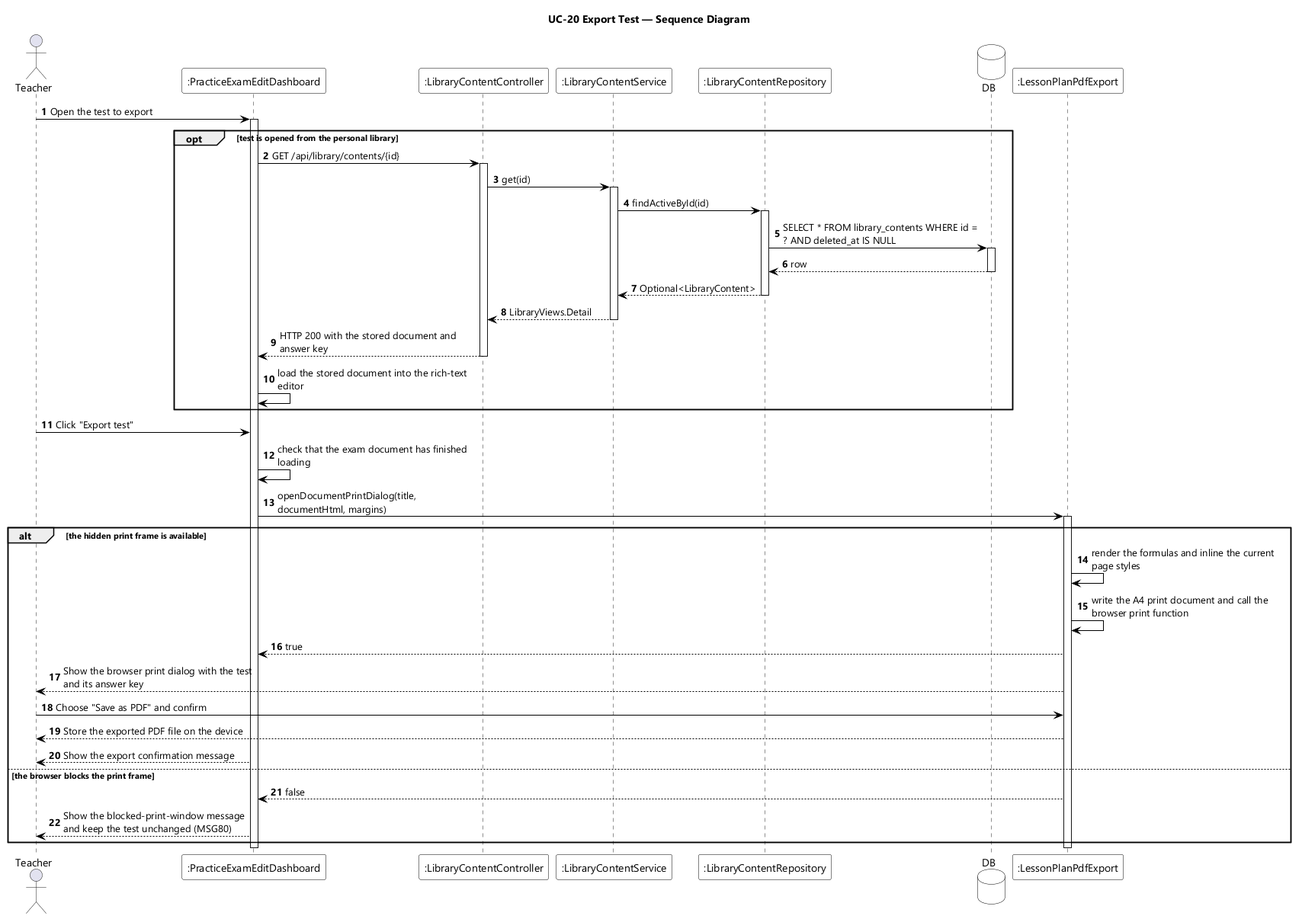
Before: designs/sds-diagrams/uc20/uc20-sequence-diagram.png, a diagram exported from PlantUML (EduA-system/EduA-system). The source it was exported from:
```plantuml
@startuml UC-20 Export Test - Sequence Diagram
skinparamlocked dpi 96
skinparam defaultFontName "Segoe UI"
skinparam shadowing false
skinparam ParticipantBackgroundColor #FFFFFF
skinparam ParticipantBorderColor #000000
skinparam DatabaseBackgroundColor #FFFFFF
skinparam DatabaseBorderColor #000000
skinparam ArrowColor #000000
skinparam sequenceMessageAlign left
skinparam maxMessageSize 260
title UC-20 Export Test — Sequence Diagram

actor Teacher
participant ":PracticeExamEditDashboard" as EDT
participant ":LibraryContentController" as CTL
participant ":LibraryContentService" as SVC
participant ":LibraryContentRepository" as REPO
database DB
participant ":LessonPlanPdfExport" as PRINT

autonumber
Teacher -> EDT : Open the test to export
activate EDT

opt test is opened from the personal library
  EDT -> CTL : GET /api/library/contents/{id}
  activate CTL
  CTL -> SVC : get(id)
  activate SVC
  SVC -> REPO : findActiveById(id)
  activate REPO
  REPO -> DB : SELECT * FROM library_contents WHERE id = ? AND deleted_at IS NULL
  activate DB
  DB --> REPO : row
  deactivate DB
  REPO --> SVC : Optional<LibraryContent>
  deactivate REPO
  SVC --> CTL : LibraryViews.Detail
  deactivate SVC
  CTL --> EDT : HTTP 200 with the stored document and answer key
  deactivate CTL
  EDT -> EDT : load the stored document into the rich-text editor
end

Teacher -> EDT : Click "Export test"
EDT -> EDT : check that the exam document has finished loading
EDT -> PRINT : openDocumentPrintDialog(title, documentHtml, margins)
activate PRINT

alt the hidden print frame is available
  PRINT -> PRINT : render the formulas and inline the current page styles
  PRINT -> PRINT : write the A4 print document and call the browser print function
  PRINT --> EDT : true
  PRINT --> Teacher : Show the browser print dialog with the test and its answer key
  Teacher -> PRINT : Choose "Save as PDF" and confirm
  PRINT --> Teacher : Store the exported PDF file on the device
  EDT --> Teacher : Show the export confirmation message

else the browser blocks the print frame
  PRINT --> EDT : false
  EDT --> Teacher : Show the blocked-print-window message and keep the test unchanged (MSG80)
end
deactivate PRINT
deactivate EDT
@enduml
```
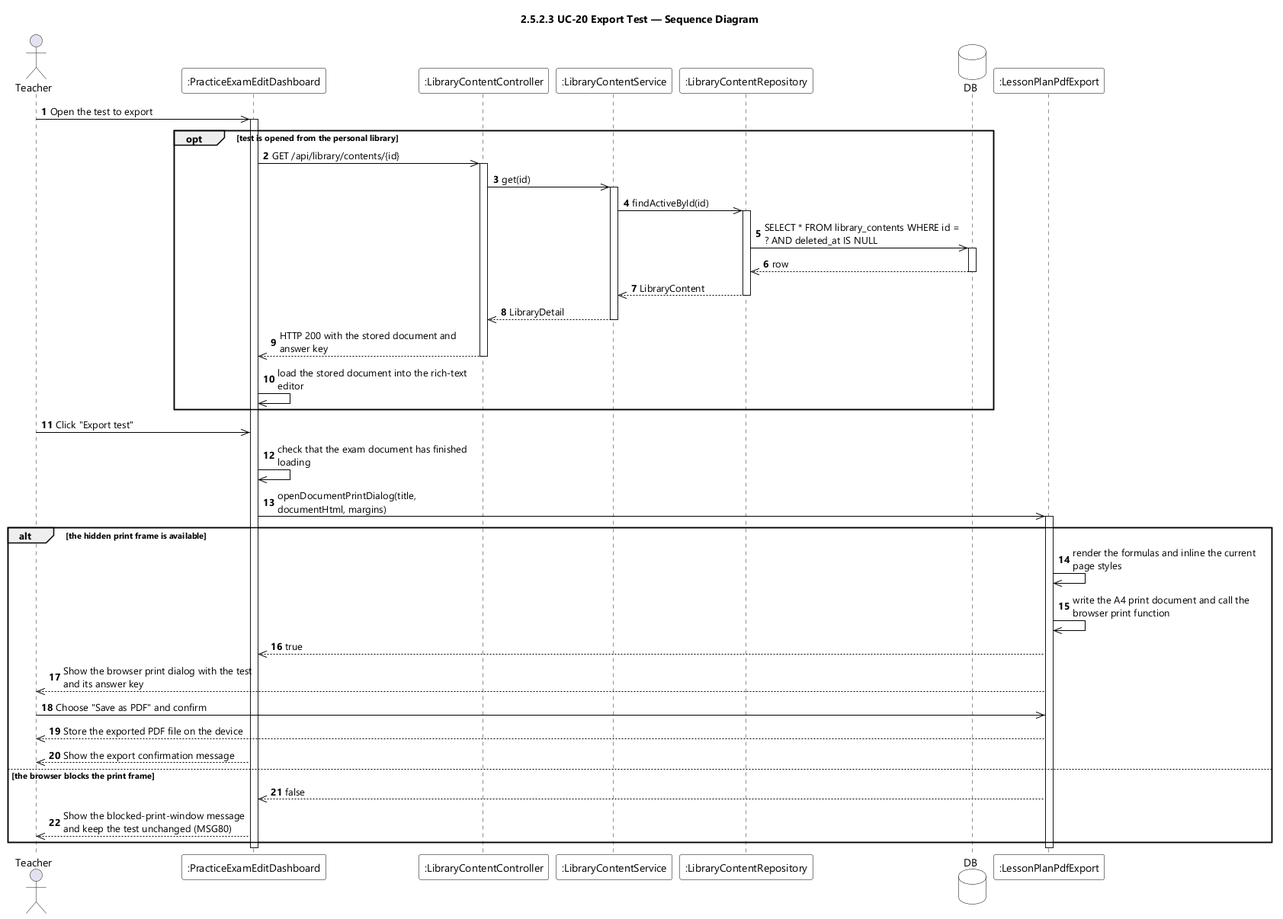
Above is the later version.

What changed in the source:
```diff
@@ -9,7 +9,7 @@
 skinparam ArrowColor #000000
 skinparam sequenceMessageAlign left
 skinparam maxMessageSize 260
-title UC-20 Export Test — Sequence Diagram
+title 2.5.2.3 UC-20 Export Test — Sequence Diagram
 
 actor Teacher
 participant ":PracticeExamEditDashboard" as EDT
@@ -20,46 +20,46 @@
 participant ":LessonPlanPdfExport" as PRINT
 
 autonumber
-Teacher -> EDT : Open the test to export
+Teacher ->> EDT : Open the test to export
 activate EDT
 
 opt test is opened from the personal library
-  EDT -> CTL : GET /api/library/contents/{id}
+  EDT ->> CTL : GET /api/library/contents/{id}
   activate CTL
-  CTL -> SVC : get(id)
+  CTL ->> SVC : get(id)
   activate SVC
-  SVC -> REPO : findActiveById(id)
+  SVC ->> REPO : findActiveById(id)
   activate REPO
-  REPO -> DB : SELECT * FROM library_contents WHERE id = ? AND deleted_at IS NULL
+  REPO ->> DB : SELECT * FROM library_contents WHERE id = ? AND deleted_at IS NULL
   activate DB
-  DB --> REPO : row
+  DB -->> REPO : row
   deactivate DB
-  REPO --> SVC : Optional<LibraryContent>
+  REPO -->> SVC : LibraryContent
   deactivate REPO
-  SVC --> CTL : LibraryViews.Detail
+  SVC -->> CTL : LibraryDetail
   deactivate SVC
-  CTL --> EDT : HTTP 200 with the stored document and answer key
+  CTL -->> EDT : HTTP 200 with the stored document and answer key
   deactivate CTL
-  EDT -> EDT : load the stored document into the rich-text editor
+  EDT ->> EDT : load the stored document into the rich-text editor
 end
 
-Teacher -> EDT : Click "Export test"
-EDT -> EDT : check that the exam document has finished loading
-EDT -> PRINT : openDocumentPrintDialog(title, documentHtml, margins)
+Teacher ->> EDT : Click "Export test"
+EDT ->> EDT : check that the exam document has finished loading
+EDT ->> PRINT : openDocumentPrintDialog(title, documentHtml, margins)
 activate PRINT
 
 alt the hidden print frame is available
-  PRINT -> PRINT : render the formulas and inline the current page styles
-  PRINT -> PRINT : write the A4 print document and call the browser print function
-  PRINT --> EDT : true
-  PRINT --> Teacher : Show the browser print dialog with the test and its answer key
-  Teacher -> PRINT : Choose "Save as PDF" and confirm
-  PRINT --> Teacher : Store the exported PDF file on the device
-  EDT --> Teacher : Show the export confirmation message
+  PRINT ->> PRINT : render the formulas and inline the current page styles
+  PRINT ->> PRINT : write the A4 print document and call the browser print function
+  PRINT -->> EDT : true
+  PRINT -->> Teacher : Show the browser print dialog with the test and its answer key
+  Teacher ->> PRINT : Choose "Save as PDF" and confirm
+  PRINT -->> Teacher : Store the exported PDF file on the device
+  EDT -->> Teacher : Show the export confirmation message
 
 else the browser blocks the print frame
-  PRINT --> EDT : false
-  EDT --> Teacher : Show the blocked-print-window message and keep the test unchanged (MSG80)
+  PRINT -->> EDT : false
+  EDT -->> Teacher : Show the blocked-print-window message and keep the test unchanged (MSG80)
 end
 deactivate PRINT
 deactivate EDT
```
